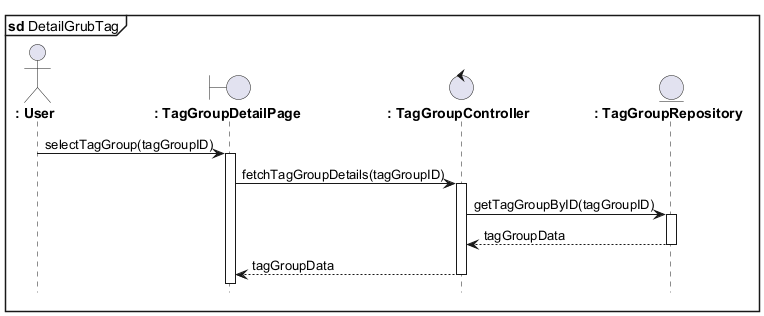
This is out/detail_grubtag.png from azrappp/learning_uml2.0_pmul, a PlantUML export, as it was before one commit. Source of this version:
```plantuml
@startuml
mainframe **sd** DetailGrubTag
hide footbox

actor "**: User**" as User
boundary "**: TagGroupDetailPage**" as TagGroupDetailPage
control "**: TagGroupController**" as TagGroupController
entity "**: TagGroupRepository**" as TagGroupRepository

User -> TagGroupDetailPage : selectTagGroup(tagGroupID)
activate TagGroupDetailPage

TagGroupDetailPage -> TagGroupController : fetchTagGroupDetails(tagGroupID)
activate TagGroupController

TagGroupController -> TagGroupRepository : getTagGroupByID(tagGroupID)
activate TagGroupRepository

TagGroupRepository --> TagGroupController : tagGroupData
deactivate TagGroupRepository

TagGroupController --> TagGroupDetailPage : tagGroupData
deactivate TagGroupController


@enduml
```
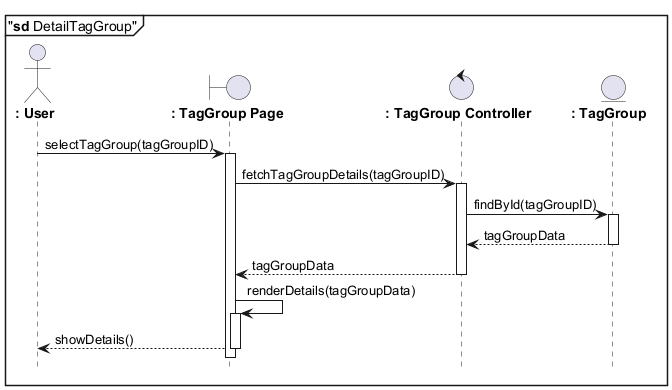
After the change.

The edit, as a diff of the source:
```diff
@@ -1,11 +1,11 @@
 @startuml
-mainframe **sd** DetailGrubTag
+mainframe "**sd** DetailTagGroup"
 hide footbox
 
 actor "**: User**" as User
-boundary "**: TagGroupDetailPage**" as TagGroupDetailPage
-control "**: TagGroupController**" as TagGroupController
-entity "**: TagGroupRepository**" as TagGroupRepository
+boundary "**: TagGroup Page**" as TagGroupDetailPage
+control "**: TagGroup Controller**" as TagGroupController
+entity  "**: TagGroup **" as TagGroupRepository
 
 User -> TagGroupDetailPage : selectTagGroup(tagGroupID)
 activate TagGroupDetailPage
@@ -13,7 +13,7 @@
 TagGroupDetailPage -> TagGroupController : fetchTagGroupDetails(tagGroupID)
 activate TagGroupController
 
-TagGroupController -> TagGroupRepository : getTagGroupByID(tagGroupID)
+TagGroupController -> TagGroupRepository : findById(tagGroupID)
 activate TagGroupRepository
 
 TagGroupRepository --> TagGroupController : tagGroupData
@@ -22,5 +22,9 @@
 TagGroupController --> TagGroupDetailPage : tagGroupData
 deactivate TagGroupController
 
+TagGroupDetailPage -> TagGroupDetailPage : renderDetails(tagGroupData)
+activate TagGroupDetailPage
+TagGroupDetailPage --> User : showDetails()
+deactivate TagGroupDetailPage
 
 @enduml
```
